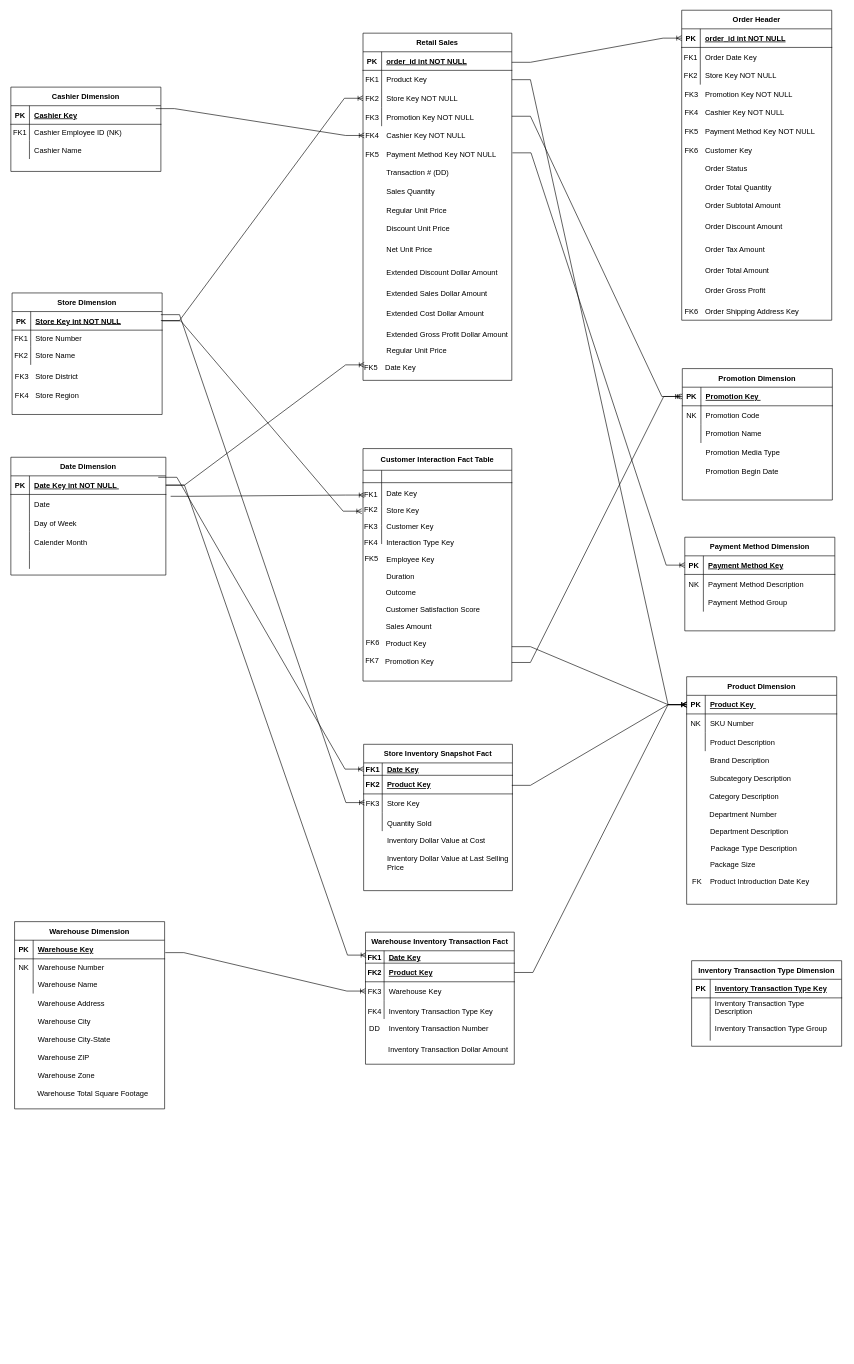
mannny29/demo keeps this draw.io diagram as Untitled Diagram.drawio. Above is the earlier version. Source tidied: cells renumbered, new cells numbered last; positions are measured from the earlier drawing's top-left corner, leaving out a move shared by most shapes. Both pictures are drawn from the tidied source at 62%, with x=0, y=0 at pixel (11, 10).
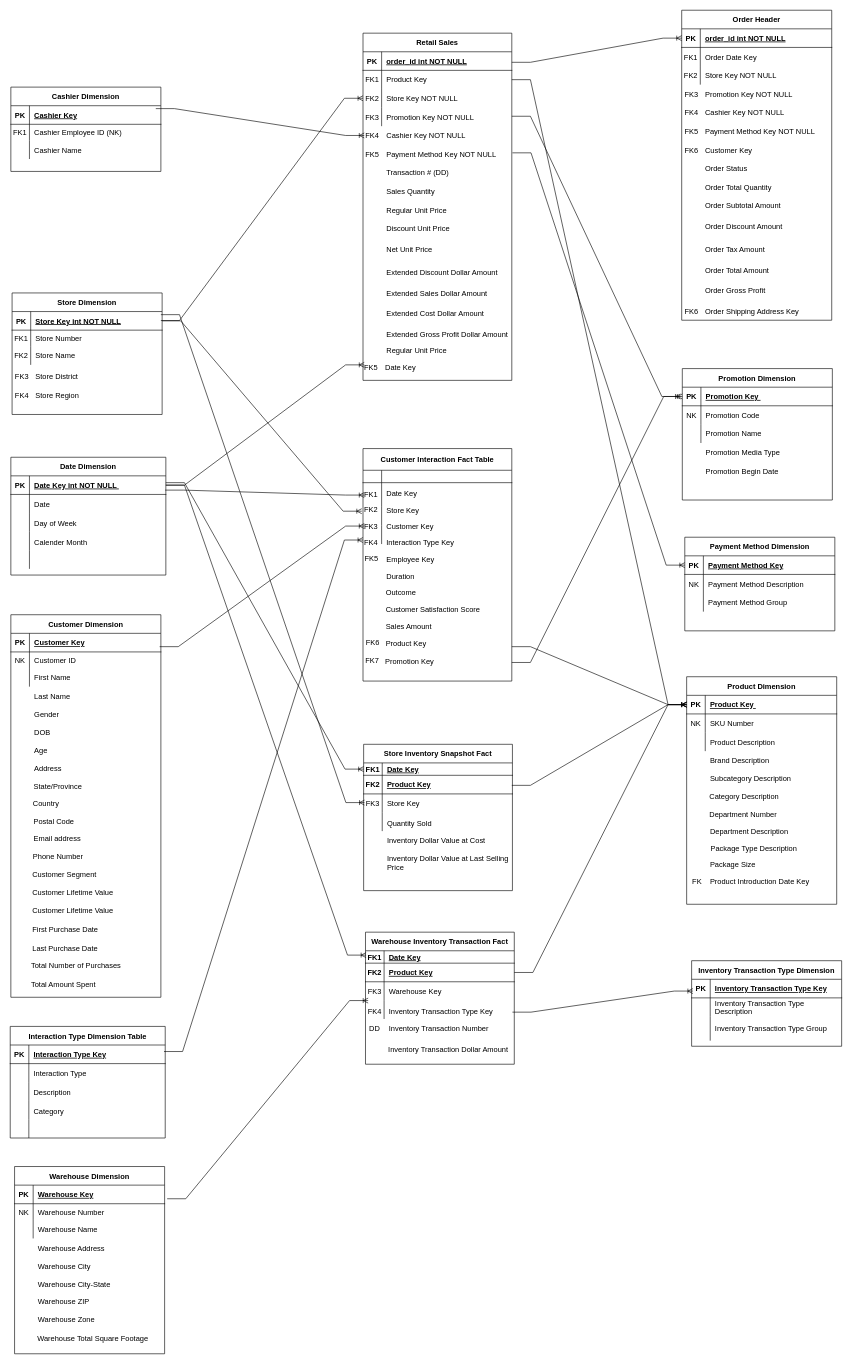
After the change.

The change refers to these unchanged cells:
```xml
<mxCell id="108" style="shape=partialRectangle;fillColor=none;points=[[0,0.5],[1,0.5]];portConstraint=eastwest;top=0;left=0;right=0;bottom=1;" parent="107" vertex="1">
  <mxGeometry y="30" width="240" height="20" as="geometry" />
</mxCell>
<mxCell id="133" style="shape=partialRectangle;fillColor=none;points=[[0,0.5],[1,0.5]];portConstraint=eastwest;top=0;left=0;right=0;bottom=0;" parent="126" vertex="1">
  <mxGeometry y="80" width="240" height="30" as="geometry" />
</mxCell>
<mxCell id="156" style="shape=partialRectangle;fillColor=none;points=[[0,0.5],[1,0.5]];portConstraint=eastwest;top=0;left=0;right=0;bottom=1;" parent="155" vertex="1">
  <mxGeometry y="30" width="242" height="30" as="geometry" />
</mxCell>
<mxCell id="203" style="shape=partialRectangle;fillColor=none;points=[[0,0.5],[1,0.5]];portConstraint=eastwest;top=0;left=0;right=0;bottom=1;" parent="202" vertex="1">
  <mxGeometry y="30" width="250" height="30" as="geometry" />
</mxCell>
<mxCell id="206" style="shape=partialRectangle;fillColor=none;points=[[0,0.5],[1,0.5]];portConstraint=eastwest;top=0;left=0;right=0;bottom=0;" parent="202" vertex="1">
  <mxGeometry y="60" width="250" height="30" as="geometry" />
</mxCell>
```

Diff of the diagram source:
```diff
@@
     <mxCell id="155" value="Warehouse Dimension" style="shape=table;startSize=30;childLayout=tableLayout;rowLines=0;fontStyle=1;align=center;" parent="1" vertex="1">
-      <mxGeometry x="6" y="1470" width="242" height="302" as="geometry" />
+      <mxGeometry x="6" y="1865" width="242" height="302" as="geometry" />
     </mxCell>
@@
     <mxCell id="165" value="Warehouse Address" style="shape=partialRectangle;overflow=hidden;fillColor=none;top=0;left=0;bottom=0;right=0;align=left;spacingLeft=6;" parent="1" vertex="1">
-      <mxGeometry x="36" y="1586" width="222" height="30" as="geometry" />
+      <mxGeometry x="36" y="1981" width="222" height="30" as="geometry" />
     </mxCell>
     <mxCell id="166" value="Warehouse City" style="shape=partialRectangle;overflow=hidden;fillColor=none;top=0;left=0;bottom=0;right=0;align=left;spacingLeft=6;" parent="1" vertex="1">
-      <mxGeometry x="36" y="1616" width="222" height="30" as="geometry" />
+      <mxGeometry x="36" y="2011" width="222" height="30" as="geometry" />
     </mxCell>
     <mxCell id="167" value="Warehouse City-State" style="shape=partialRectangle;overflow=hidden;fillColor=none;top=0;left=0;bottom=0;right=0;align=left;spacingLeft=6;" parent="1" vertex="1">
-      <mxGeometry x="36" y="1644" width="222" height="30" as="geometry" />
+      <mxGeometry x="36" y="2039" width="222" height="30" as="geometry" />
     </mxCell>
     <mxCell id="168" value="Warehouse ZIP" style="shape=partialRectangle;overflow=hidden;fillColor=none;top=0;left=0;bottom=0;right=0;align=left;spacingLeft=6;" parent="1" vertex="1">
-      <mxGeometry x="36" y="1673" width="222" height="30" as="geometry" />
+      <mxGeometry x="36" y="2068" width="222" height="30" as="geometry" />
     </mxCell>
     <mxCell id="169" value="Warehouse Zone" style="shape=partialRectangle;overflow=hidden;fillColor=none;top=0;left=0;bottom=0;right=0;align=left;spacingLeft=6;" parent="1" vertex="1">
-      <mxGeometry x="36" y="1702" width="222" height="30" as="geometry" />
+      <mxGeometry x="36" y="2097" width="222" height="30" as="geometry" />
     </mxCell>
     <mxCell id="170" value="Warehouse Total Square Footage" style="shape=partialRectangle;overflow=hidden;fillColor=none;top=0;left=0;bottom=0;right=0;align=left;spacingLeft=6;" parent="1" vertex="1">
-      <mxGeometry x="35" y="1732" width="222" height="30" as="geometry" />
+      <mxGeometry x="35" y="2127" width="222" height="30" as="geometry" />
     </mxCell>
@@
-    <mxCell id="257" style="edgeStyle=entityRelationEdgeStyle;fontSize=12;html=1;endArrow=ERoneToMany;rounded=0;exitX=1.031;exitY=0.1;exitDx=0;exitDy=0;exitPerimeter=0;" parent="1" edge="1" source="206">
+    <mxCell id="257" style="edgeStyle=entityRelationEdgeStyle;fontSize=12;html=1;endArrow=ERoneToMany;rounded=0;exitX=1.031;exitY=0.1;exitDx=0;exitDy=0;exitPerimeter=0;" parent="1" edge="1">
       <mxGeometry relative="1" as="geometry">
+        <mxPoint x="249" y="774" as="sourcePoint" />
         <mxPoint x="570" y="782" as="targetPoint" />
         <Array as="points">
-          <mxPoint x="240" y="772" />
-          <mxPoint x="260" y="802" />
-          <mxPoint x="310" y="870" />
-          <mxPoint x="320" y="902" />
-          <mxPoint x="280" y="892" />
-          <mxPoint x="276" y="876" />
-          <mxPoint x="326" y="1176" />
-          <mxPoint x="256" y="876" />
-          <mxPoint x="266" y="896" />
+          <mxPoint x="221.2" y="752" />
+          <mxPoint x="231.2" y="774" />
+          <mxPoint x="231.2" y="762" />
+          <mxPoint x="251.2" y="792" />
+          <mxPoint x="301.2" y="860" />
+          <mxPoint x="311.2" y="892" />
+          <mxPoint x="271.2" y="882" />
+          <mxPoint x="267.2" y="866" />
+          <mxPoint x="317.2" y="1166" />
+          <mxPoint x="247.2" y="866" />
+          <mxPoint x="257.2" y="886" />
         </Array>
       </mxGeometry>
     </mxCell>
@@
-    <mxCell id="259" style="edgeStyle=entityRelationEdgeStyle;fontSize=12;html=1;endArrow=ERoneToMany;rounded=0;entryX=0;entryY=0.5;entryDx=0;entryDy=0;" parent="1" edge="1" target="133">
+    <mxCell id="259" style="edgeStyle=entityRelationEdgeStyle;fontSize=12;html=1;endArrow=ERoneToMany;rounded=0;entryX=0.018;entryY=1.011;entryDx=0;entryDy=0;entryPerimeter=0;exitX=1.017;exitY=0.733;exitDx=0;exitDy=0;exitPerimeter=0;" parent="1" edge="1" source="156" target="133">
       <mxGeometry relative="1" as="geometry">
-        <mxPoint x="249" y="1520" as="sourcePoint" />
         <Array as="points">
-          <mxPoint x="309" y="1508" />
-          <mxPoint x="319" y="1540" />
-          <mxPoint x="279" y="1530" />
-          <mxPoint x="275" y="1514" />
-          <mxPoint x="325" y="1814" />
-          <mxPoint x="255" y="1514" />
-          <mxPoint x="265" y="1534" />
+          <mxPoint x="310" y="1770" />
+          <mxPoint x="320" y="1802" />
+          <mxPoint x="280" y="1792" />
+          <mxPoint x="276" y="1776" />
+          <mxPoint x="326" y="2076" />
+          <mxPoint x="256" y="1776" />
+          <mxPoint x="266" y="1796" />
         </Array>
       </mxGeometry>
     </mxCell>
-    <mxCell id="260" style="edgeStyle=entityRelationEdgeStyle;fontSize=12;html=1;endArrow=ERoneToMany;rounded=0;entryX=0;entryY=0.5;entryDx=0;entryDy=0;exitX=0.951;exitY=0.078;exitDx=0;exitDy=0;exitPerimeter=0;" parent="1" edge="1" source="203" target="108">
+    <mxCell id="260" style="edgeStyle=entityRelationEdgeStyle;fontSize=12;html=1;endArrow=ERoneToMany;rounded=0;entryX=0;entryY=0.5;entryDx=0;entryDy=0;" parent="1" edge="1" target="108">
       <mxGeometry relative="1" as="geometry">
+        <mxPoint x="250" y="762" as="sourcePoint" />
         <Array as="points">
           <mxPoint x="320" y="880" />
           <mxPoint x="330" y="912" />
           <mxPoint x="290" y="902" />
           <mxPoint x="286" y="886" />
           <mxPoint x="336" y="1186" />
           <mxPoint x="266" y="886" />
           <mxPoint x="276" y="906" />
         </Array>
       </mxGeometry>
     </mxCell>
@@
+    <mxCell id="271" style="edgeStyle=entityRelationEdgeStyle;fontSize=12;html=1;endArrow=ERoneToMany;rounded=0;" parent="1" edge="1">
+      <mxGeometry relative="1" as="geometry">
+        <mxPoint x="809" y="1616" as="sourcePoint" />
+        <mxPoint x="1100" y="1582" as="targetPoint" />
+        <Array as="points">
+          <mxPoint x="869" y="1604" />
+          <mxPoint x="1381" y="1671" />
+          <mxPoint x="879" y="1636" />
+          <mxPoint x="839" y="1626" />
+          <mxPoint x="835" y="1610" />
+          <mxPoint x="885" y="1910" />
+          <mxPoint x="815" y="1610" />
+          <mxPoint x="825" y="1630" />
+        </Array>
+      </mxGeometry>
+    </mxCell>
+    <mxCell id="272" value="Customer Dimension" style="shape=table;startSize=30;childLayout=tableLayout;rowLines=0;fontStyle=1;align=center;" parent="1" vertex="1">
+      <mxGeometry y="975" width="242" height="617" as="geometry" />
+    </mxCell>
+    <mxCell id="273" style="shape=partialRectangle;fillColor=none;top=0;left=0;right=0;bottom=1;" parent="272" vertex="1">
+      <mxGeometry y="30" width="242" height="30" as="geometry" />
+    </mxCell>
+    <mxCell id="274" value="PK" style="shape=partialRectangle;overflow=hidden;fillColor=none;top=0;left=0;bottom=0;right=0;fontStyle=1;" parent="273" vertex="1">
+      <mxGeometry width="30" height="30" as="geometry" />
+    </mxCell>
+    <mxCell id="275" value="Customer Key" style="shape=partialRectangle;overflow=hidden;fillColor=none;top=0;left=0;bottom=0;right=0;align=left;spacingLeft=6;fontStyle=5;" parent="273" vertex="1">
+      <mxGeometry x="30" width="212" height="30" as="geometry" />
+    </mxCell>
+    <mxCell id="276" style="shape=partialRectangle;fillColor=none;top=0;left=0;right=0;bottom=0;" parent="272" vertex="1">
+      <mxGeometry y="60" width="242" height="26" as="geometry" />
+    </mxCell>
+    <mxCell id="277" value="NK" style="shape=partialRectangle;overflow=hidden;fillColor=none;top=0;left=0;bottom=0;right=0;" parent="276" vertex="1">
+      <mxGeometry width="30" height="26" as="geometry" />
+    </mxCell>
+    <mxCell id="278" value="Customer ID" style="shape=partialRectangle;overflow=hidden;fillColor=none;top=0;left=0;bottom=0;right=0;align=left;spacingLeft=6;" parent="276" vertex="1">
+      <mxGeometry x="30" width="212" height="26" as="geometry" />
+    </mxCell>
+    <mxCell id="279" style="shape=partialRectangle;fillColor=none;top=0;left=0;right=0;bottom=0;" parent="272" vertex="1">
+      <mxGeometry y="86" width="242" height="30" as="geometry" />
+    </mxCell>
+    <mxCell id="280" style="shape=partialRectangle;overflow=hidden;fillColor=none;top=0;left=0;bottom=0;right=0;" parent="279" vertex="1">
+      <mxGeometry width="30" height="30" as="geometry" />
+    </mxCell>
+    <mxCell id="281" value="First Name" style="shape=partialRectangle;overflow=hidden;fillColor=none;top=0;left=0;bottom=0;right=0;align=left;spacingLeft=6;" parent="279" vertex="1">
+      <mxGeometry x="30" width="212" height="30" as="geometry" />
+    </mxCell>
+    <mxCell id="282" value="Last Name" style="shape=partialRectangle;overflow=hidden;fillColor=none;top=0;left=0;bottom=0;right=0;align=left;spacingLeft=6;" parent="1" vertex="1">
+      <mxGeometry x="30" y="1091" width="222" height="30" as="geometry" />
+    </mxCell>
+    <mxCell id="283" value="Gender" style="shape=partialRectangle;overflow=hidden;fillColor=none;top=0;left=0;bottom=0;right=0;align=left;spacingLeft=6;" parent="1" vertex="1">
+      <mxGeometry x="30" y="1121" width="222" height="30" as="geometry" />
+    </mxCell>
+    <mxCell id="284" value="DOB" style="shape=partialRectangle;overflow=hidden;fillColor=none;top=0;left=0;bottom=0;right=0;align=left;spacingLeft=6;" parent="1" vertex="1">
+      <mxGeometry x="30" y="1149" width="222" height="30" as="geometry" />
+    </mxCell>
+    <mxCell id="285" value="Age" style="shape=partialRectangle;overflow=hidden;fillColor=none;top=0;left=0;bottom=0;right=0;align=left;spacingLeft=6;" parent="1" vertex="1">
+      <mxGeometry x="30" y="1178" width="222" height="30" as="geometry" />
+    </mxCell>
+    <mxCell id="286" value="Address" style="shape=partialRectangle;overflow=hidden;fillColor=none;top=0;left=0;bottom=0;right=0;align=left;spacingLeft=6;" parent="1" vertex="1">
+      <mxGeometry x="30" y="1207" width="222" height="30" as="geometry" />
+    </mxCell>
+    <mxCell id="287" value="State/Province" style="shape=partialRectangle;overflow=hidden;fillColor=none;top=0;left=0;bottom=0;right=0;align=left;spacingLeft=6;" parent="1" vertex="1">
+      <mxGeometry x="29" y="1237" width="222" height="30" as="geometry" />
+    </mxCell>
+    <mxCell id="288" value="Country" style="shape=partialRectangle;overflow=hidden;fillColor=none;top=0;left=0;bottom=0;right=0;align=left;spacingLeft=6;" parent="1" vertex="1">
+      <mxGeometry x="28" y="1264" width="222" height="30" as="geometry" />
+    </mxCell>
+    <mxCell id="289" value="Postal Code" style="shape=partialRectangle;overflow=hidden;fillColor=none;top=0;left=0;bottom=0;right=0;align=left;spacingLeft=6;" parent="1" vertex="1">
+      <mxGeometry x="29" y="1293" width="222" height="30" as="geometry" />
+    </mxCell>
+    <mxCell id="290" value="Email address" style="shape=partialRectangle;overflow=hidden;fillColor=none;top=0;left=0;bottom=0;right=0;align=left;spacingLeft=6;" parent="1" vertex="1">
+      <mxGeometry x="29" y="1321" width="222" height="30" as="geometry" />
+    </mxCell>
+    <mxCell id="291" value="Phone Number" style="shape=partialRectangle;overflow=hidden;fillColor=none;top=0;left=0;bottom=0;right=0;align=left;spacingLeft=6;" parent="1" vertex="1">
+      <mxGeometry x="28" y="1349" width="222" height="30" as="geometry" />
+    </mxCell>
+    <mxCell id="292" value="Customer Segment" style="shape=partialRectangle;overflow=hidden;fillColor=none;top=0;left=0;bottom=0;right=0;align=left;spacingLeft=6;" parent="1" vertex="1">
+      <mxGeometry x="27" y="1378" width="222" height="30" as="geometry" />
+    </mxCell>
+    <mxCell id="293" value="Customer Lifetime Value" style="shape=partialRectangle;overflow=hidden;fillColor=none;top=0;left=0;bottom=0;right=0;align=left;spacingLeft=6;" parent="1" vertex="1">
+      <mxGeometry x="27" y="1407" width="222" height="30" as="geometry" />
+    </mxCell>
+    <mxCell id="294" value="Customer Lifetime Value" style="shape=partialRectangle;overflow=hidden;fillColor=none;top=0;left=0;bottom=0;right=0;align=left;spacingLeft=6;" parent="1" vertex="1">
+      <mxGeometry x="27" y="1436" width="222" height="30" as="geometry" />
+    </mxCell>
+    <mxCell id="295" value="First Purchase Date" style="shape=partialRectangle;overflow=hidden;fillColor=none;top=0;left=0;bottom=0;right=0;align=left;spacingLeft=6;" parent="1" vertex="1">
+      <mxGeometry x="27" y="1467" width="222" height="30" as="geometry" />
+    </mxCell>
+    <mxCell id="296" value="Last Purchase Date" style="shape=partialRectangle;overflow=hidden;fillColor=none;top=0;left=0;bottom=0;right=0;align=left;spacingLeft=6;" parent="1" vertex="1">
+      <mxGeometry x="27" y="1498" width="222" height="30" as="geometry" />
+    </mxCell>
+    <mxCell id="297" value="Total Number of Purchases" style="shape=partialRectangle;overflow=hidden;fillColor=none;top=0;left=0;bottom=0;right=0;align=left;spacingLeft=6;" parent="1" vertex="1">
+      <mxGeometry x="25" y="1526" width="222" height="30" as="geometry" />
+    </mxCell>
+    <mxCell id="298" value="Total Amount Spent" style="shape=partialRectangle;overflow=hidden;fillColor=none;top=0;left=0;bottom=0;right=0;align=left;spacingLeft=6;" parent="1" vertex="1">
+      <mxGeometry x="25" y="1556" width="222" height="30" as="geometry" />
+    </mxCell>
+    <mxCell id="299" style="edgeStyle=entityRelationEdgeStyle;fontSize=12;html=1;endArrow=ERoneToMany;rounded=0;exitX=1.031;exitY=0.1;exitDx=0;exitDy=0;exitPerimeter=0;" parent="1" edge="1">
+      <mxGeometry relative="1" as="geometry">
+        <mxPoint x="240" y="1026.5" as="sourcePoint" />
+        <mxPoint x="570" y="832" as="targetPoint" />
+        <Array as="points">
+          <mxPoint x="212.2" y="1004.5" />
+          <mxPoint x="222.2" y="1026.5" />
+          <mxPoint x="222.2" y="1014.5" />
+          <mxPoint x="242.2" y="1044.5" />
+          <mxPoint x="292.2" y="1112.5" />
+          <mxPoint x="302.2" y="1144.5" />
+          <mxPoint x="262.2" y="1134.5" />
+          <mxPoint x="258.2" y="1118.5" />
+          <mxPoint x="308.2" y="1418.5" />
+          <mxPoint x="238.2" y="1118.5" />
+          <mxPoint x="248.2" y="1138.5" />
+        </Array>
+      </mxGeometry>
+    </mxCell>
+    <mxCell id="300" style="shape=partialRectangle;overflow=hidden;fillColor=none;top=0;left=0;bottom=0;right=0;" parent="1" vertex="1">
+      <mxGeometry x="1" y="1614" width="32" height="31" as="geometry" />
+    </mxCell>
+    <mxCell id="301" value="Interaction Type Dimension Table" style="shape=table;startSize=30;childLayout=tableLayout;rowLines=0;fontStyle=1;align=center;" parent="1" vertex="1">
+      <mxGeometry x="-1" y="1639" width="250" height="180" as="geometry" />
+    </mxCell>
+    <mxCell id="302" style="shape=partialRectangle;fillColor=none;top=0;left=0;right=0;bottom=1;" parent="301" vertex="1">
+      <mxGeometry y="30" width="250" height="30" as="geometry" />
+    </mxCell>
+    <mxCell id="303" value="PK" style="shape=partialRectangle;overflow=hidden;fillColor=none;top=0;left=0;bottom=0;right=0;fontStyle=1;" parent="302" vertex="1">
+      <mxGeometry width="30" height="30" as="geometry" />
+    </mxCell>
+    <mxCell id="304" value="Interaction Type Key" style="shape=partialRectangle;overflow=hidden;fillColor=none;top=0;left=0;bottom=0;right=0;align=left;spacingLeft=6;fontStyle=5;" parent="302" vertex="1">
+      <mxGeometry x="30" width="220" height="30" as="geometry" />
+    </mxCell>
+    <mxCell id="305" style="shape=partialRectangle;fillColor=none;top=0;left=0;right=0;bottom=0;" parent="301" vertex="1">
+      <mxGeometry y="60" width="250" height="30" as="geometry" />
+    </mxCell>
+    <mxCell id="306" style="shape=partialRectangle;overflow=hidden;fillColor=none;top=0;left=0;bottom=0;right=0;" parent="305" vertex="1">
+      <mxGeometry width="30" height="30" as="geometry" />
+    </mxCell>
+    <mxCell id="307" value="Interaction Type" style="shape=partialRectangle;overflow=hidden;fillColor=none;top=0;left=0;bottom=0;right=0;align=left;spacingLeft=6;" parent="305" vertex="1">
+      <mxGeometry x="30" width="220" height="30" as="geometry" />
+    </mxCell>
+    <mxCell id="308" style="shape=partialRectangle;fillColor=none;top=0;left=0;right=0;bottom=0;" parent="301" vertex="1">
+      <mxGeometry y="90" width="250" height="30" as="geometry" />
+    </mxCell>
+    <mxCell id="309" style="shape=partialRectangle;overflow=hidden;fillColor=none;top=0;left=0;bottom=0;right=0;" parent="308" vertex="1">
+      <mxGeometry width="30" height="30" as="geometry" />
+    </mxCell>
+    <mxCell id="310" style="shape=partialRectangle;overflow=hidden;fillColor=none;top=0;left=0;bottom=0;right=0;align=left;spacingLeft=6;" parent="308" vertex="1">
+      <mxGeometry x="30" width="220" height="30" as="geometry" />
+    </mxCell>
+    <mxCell id="311" style="shape=partialRectangle;fillColor=none;top=0;left=0;right=0;bottom=0;" parent="301" vertex="1">
+      <mxGeometry y="120" width="250" height="30" as="geometry" />
+    </mxCell>
+    <mxCell id="312" style="shape=partialRectangle;overflow=hidden;fillColor=none;top=0;left=0;bottom=0;right=0;" parent="311" vertex="1">
+      <mxGeometry width="30" height="30" as="geometry" />
+    </mxCell>
+    <mxCell id="313" style="shape=partialRectangle;overflow=hidden;fillColor=none;top=0;left=0;bottom=0;right=0;align=left;spacingLeft=6;" parent="311" vertex="1">
+      <mxGeometry x="30" width="220" height="30" as="geometry" />
+    </mxCell>
+    <mxCell id="314" style="shape=partialRectangle;fillColor=none;top=0;left=0;right=0;bottom=0;" parent="301" vertex="1">
+      <mxGeometry y="150" width="250" height="30" as="geometry" />
+    </mxCell>
+    <mxCell id="315" style="shape=partialRectangle;overflow=hidden;fillColor=none;top=0;left=0;bottom=0;right=0;" parent="314" vertex="1">
+      <mxGeometry width="30" height="30" as="geometry" />
+    </mxCell>
+    <mxCell id="316" style="shape=partialRectangle;overflow=hidden;fillColor=none;top=0;left=0;bottom=0;right=0;align=left;spacingLeft=6;" parent="314" vertex="1">
+      <mxGeometry x="30" width="220" height="30" as="geometry" />
+    </mxCell>
+    <mxCell id="317" value="Description" style="shape=partialRectangle;overflow=hidden;fillColor=none;top=0;left=0;bottom=0;right=0;align=left;spacingLeft=6;" parent="1" vertex="1">
+      <mxGeometry x="29" y="1730" width="220" height="31" as="geometry" />
+    </mxCell>
+    <mxCell id="318" value="Category" style="shape=partialRectangle;overflow=hidden;fillColor=none;top=0;left=0;bottom=0;right=0;align=left;spacingLeft=6;" parent="1" vertex="1">
+      <mxGeometry x="29" y="1761" width="220" height="31" as="geometry" />
+    </mxCell>
+    <mxCell id="319" style="edgeStyle=entityRelationEdgeStyle;fontSize=12;html=1;endArrow=ERoneToMany;rounded=0;exitX=1.017;exitY=0.733;exitDx=0;exitDy=0;exitPerimeter=0;" parent="1" edge="1">
+      <mxGeometry relative="1" as="geometry">
+        <mxPoint x="247" y="1679.5" as="sourcePoint" />
+        <mxPoint x="568" y="854.5" as="targetPoint" />
+        <Array as="points">
+          <mxPoint x="305" y="1532.5" />
+          <mxPoint x="315" y="1564.5" />
+          <mxPoint x="275" y="1554.5" />
+          <mxPoint x="271" y="1538.5" />
+          <mxPoint x="321" y="1838.5" />
+          <mxPoint x="251" y="1538.5" />
+          <mxPoint x="261" y="1558.5" />
+        </Array>
+      </mxGeometry>
+    </mxCell>
```
